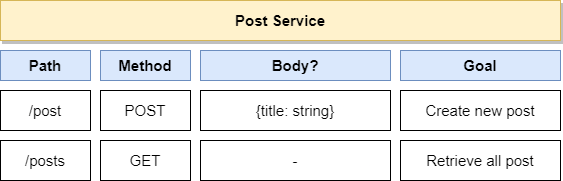
Above: doc/post-service.png in Picmoro/post-service (draw.io), before the change. Source tidied: cells renumbered, new cells last; positions are measured from the earlier drawing's top-left corner, leaving out a move shared by most shapes. The source it was exported from:
```xml
<mxGraphModel>
  <root>
    <mxCell id="0" />
    <mxCell id="1" parent="0" />
    <mxCell id="2" value="Post Service" style="rounded=0;whiteSpace=wrap;html=1;fillColor=#fff2cc;strokeColor=#d6b656;fontStyle=1;fontSize=15;shadow=1;sketch=0;" parent="1" vertex="1">
      <mxGeometry width="560" height="40" as="geometry" />
    </mxCell>
    <mxCell id="3" value="Path" style="rounded=0;whiteSpace=wrap;html=1;fontSize=15;fillColor=#dae8fc;strokeColor=#6c8ebf;fontStyle=1;shadow=0;" parent="1" vertex="1">
      <mxGeometry y="50" width="90" height="30" as="geometry" />
    </mxCell>
    <mxCell id="4" value="Method" style="rounded=0;whiteSpace=wrap;html=1;fontSize=15;fillColor=#dae8fc;strokeColor=#6c8ebf;fontStyle=1;shadow=0;" parent="1" vertex="1">
      <mxGeometry x="100" y="50" width="90" height="30" as="geometry" />
    </mxCell>
    <mxCell id="5" value="Body?" style="rounded=0;whiteSpace=wrap;html=1;fontSize=15;fillColor=#dae8fc;strokeColor=#6c8ebf;fontStyle=1;shadow=0;" parent="1" vertex="1">
      <mxGeometry x="200" y="50" width="190" height="30" as="geometry" />
    </mxCell>
    <mxCell id="6" value="Goal" style="rounded=0;whiteSpace=wrap;html=1;fontSize=15;fillColor=#dae8fc;strokeColor=#6c8ebf;fontStyle=1;shadow=0;" parent="1" vertex="1">
      <mxGeometry x="400" y="50" width="160" height="30" as="geometry" />
    </mxCell>
    <mxCell id="7" value="/post" style="rounded=0;whiteSpace=wrap;html=1;fontSize=15;shadow=0;" parent="1" vertex="1">
      <mxGeometry y="90" width="90" height="40" as="geometry" />
    </mxCell>
    <mxCell id="8" value="/posts" style="rounded=0;whiteSpace=wrap;html=1;fontSize=15;shadow=0;" parent="1" vertex="1">
      <mxGeometry y="140" width="90" height="40" as="geometry" />
    </mxCell>
    <mxCell id="9" value="POST" style="rounded=0;whiteSpace=wrap;html=1;fontSize=15;shadow=0;" parent="1" vertex="1">
      <mxGeometry x="100" y="90" width="90" height="40" as="geometry" />
    </mxCell>
    <mxCell id="10" value="GET" style="rounded=0;whiteSpace=wrap;html=1;fontSize=15;shadow=0;" parent="1" vertex="1">
      <mxGeometry x="100" y="140" width="90" height="40" as="geometry" />
    </mxCell>
    <mxCell id="11" value="{title: string}" style="rounded=0;whiteSpace=wrap;html=1;fontSize=15;shadow=0;" parent="1" vertex="1">
      <mxGeometry x="200" y="90" width="190" height="40" as="geometry" />
    </mxCell>
    <mxCell id="12" value="-" style="rounded=0;whiteSpace=wrap;html=1;fontSize=15;shadow=0;" parent="1" vertex="1">
      <mxGeometry x="200" y="140" width="190" height="40" as="geometry" />
    </mxCell>
    <mxCell id="13" value="Create new post" style="rounded=0;whiteSpace=wrap;html=1;fontSize=15;shadow=0;" parent="1" vertex="1">
      <mxGeometry x="400" y="90" width="160" height="40" as="geometry" />
    </mxCell>
    <mxCell id="14" value="Retrieve all post" style="rounded=0;whiteSpace=wrap;html=1;fontSize=15;shadow=0;" parent="1" vertex="1">
      <mxGeometry x="400" y="140" width="160" height="40" as="geometry" />
    </mxCell>
  </root>
</mxGraphModel>
```
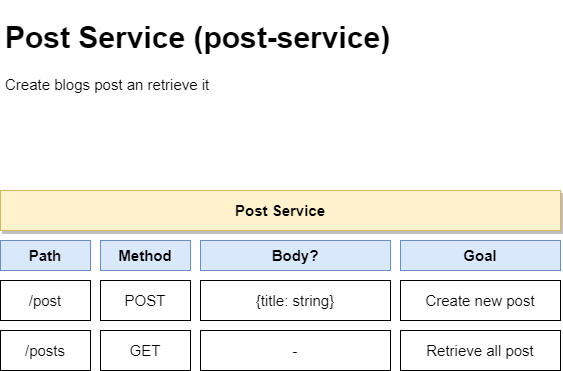
After the change.

What changed in the source:
```diff
@@ -41,5 +41,8 @@
     <mxCell id="14" value="Retrieve all post" style="rounded=0;whiteSpace=wrap;html=1;fontSize=15;shadow=0;" parent="1" vertex="1">
       <mxGeometry x="400" y="140" width="160" height="40" as="geometry" />
     </mxCell>
+    <mxCell id="15" value="&lt;h1&gt;Post Service (post-service)&lt;/h1&gt;&lt;p&gt;Create blogs post an retrieve it&lt;/p&gt;" style="text;html=1;strokeColor=none;fillColor=none;spacing=5;spacingTop=-20;whiteSpace=wrap;overflow=hidden;rounded=0;shadow=1;sketch=0;fontSize=15;" parent="1" vertex="1">
+      <mxGeometry y="-180" width="560" height="120" as="geometry" />
+    </mxCell>
   </root>
 </mxGraphModel>
```
